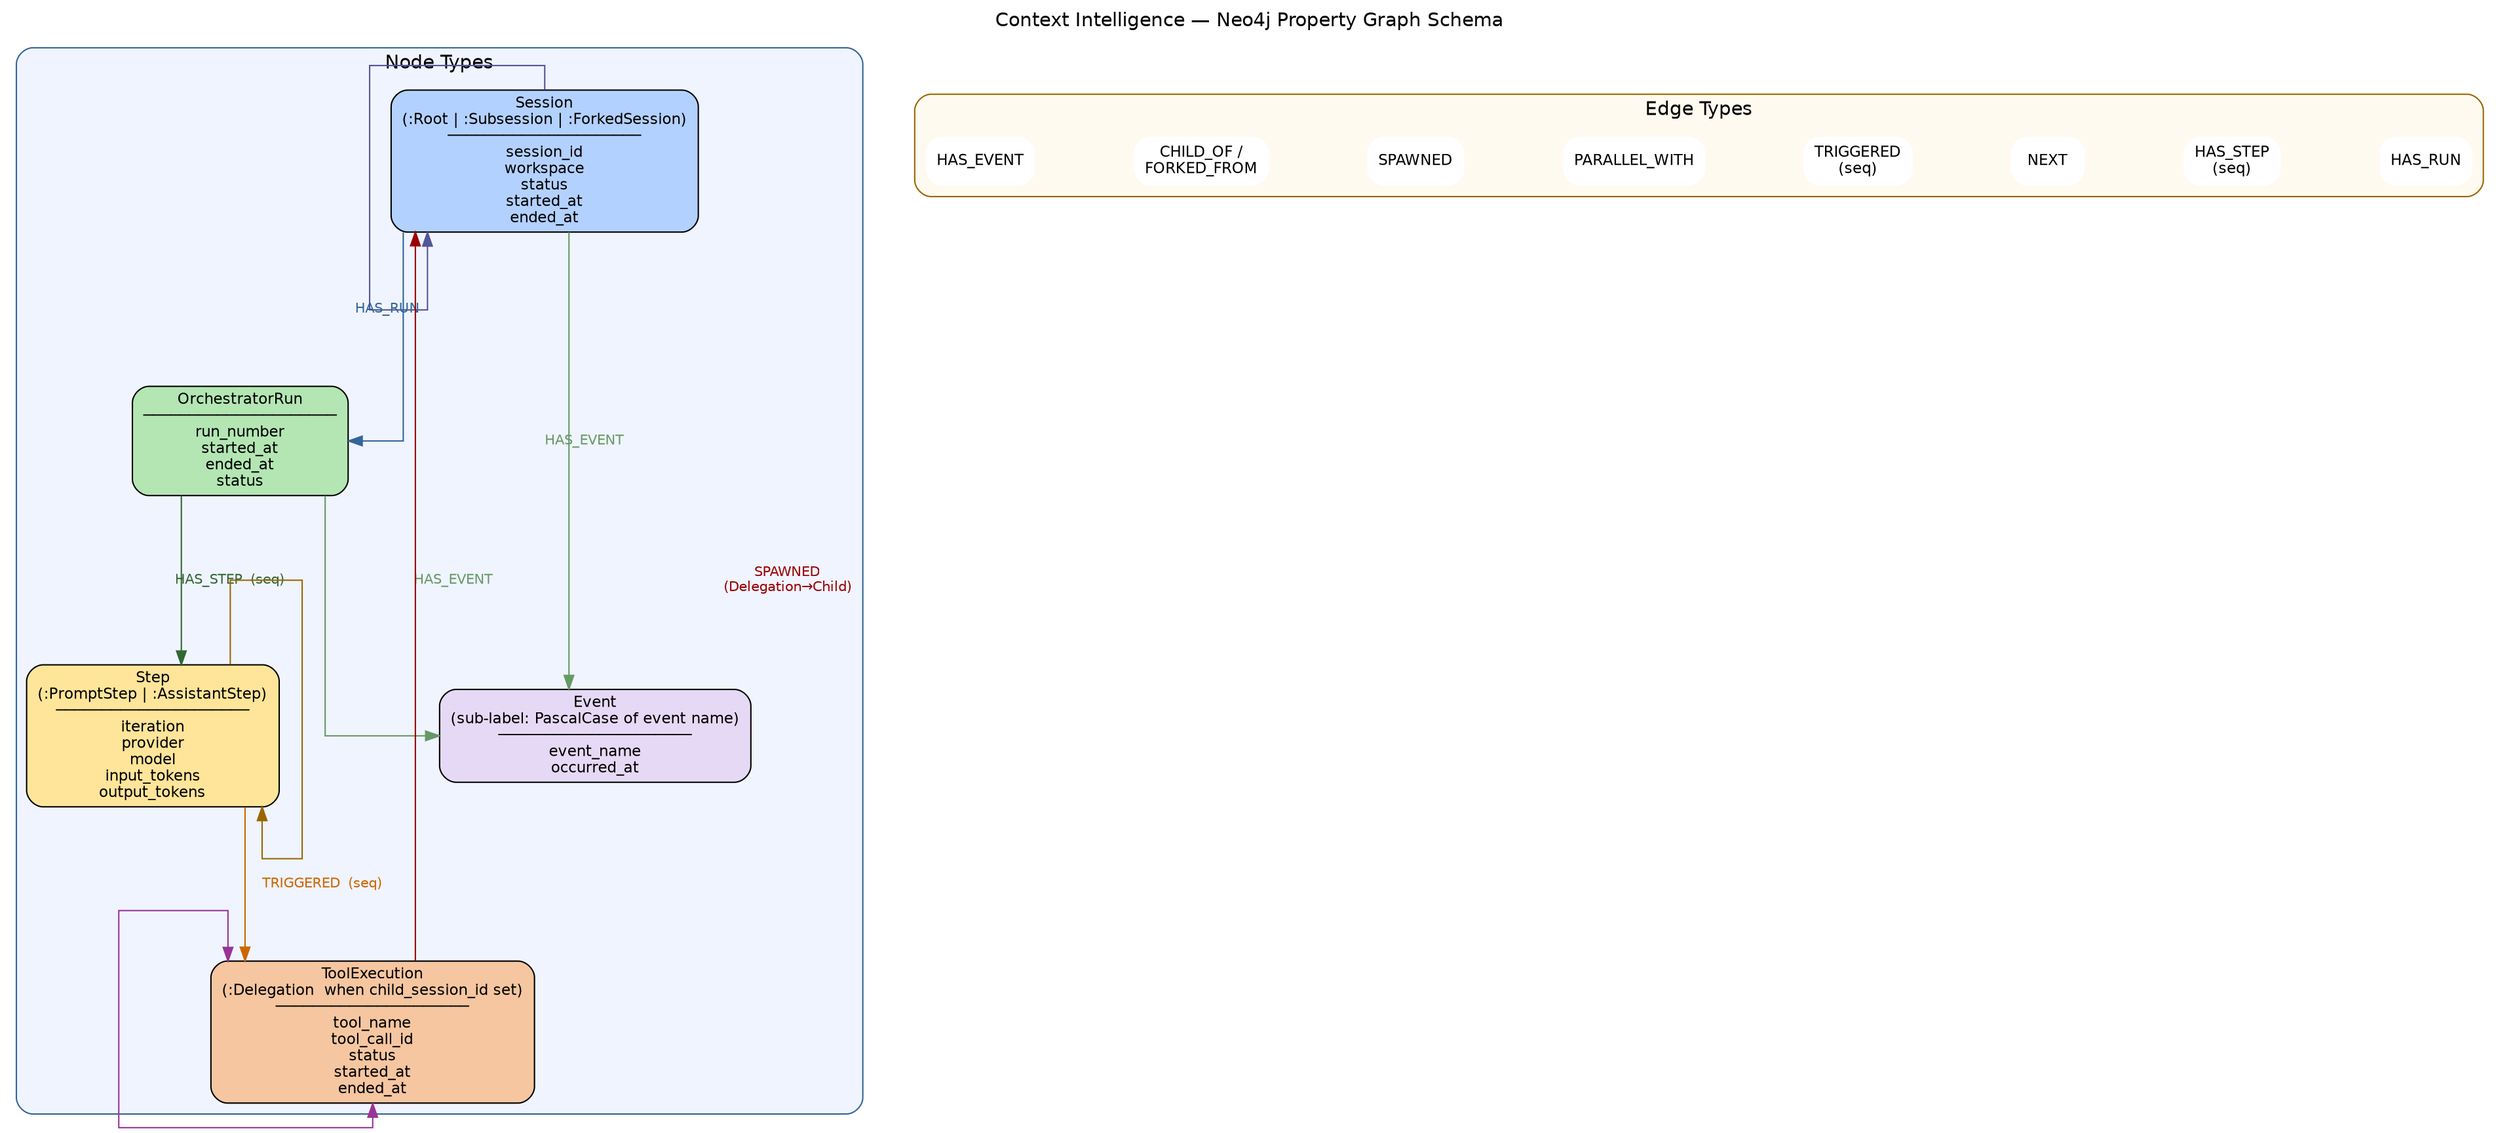
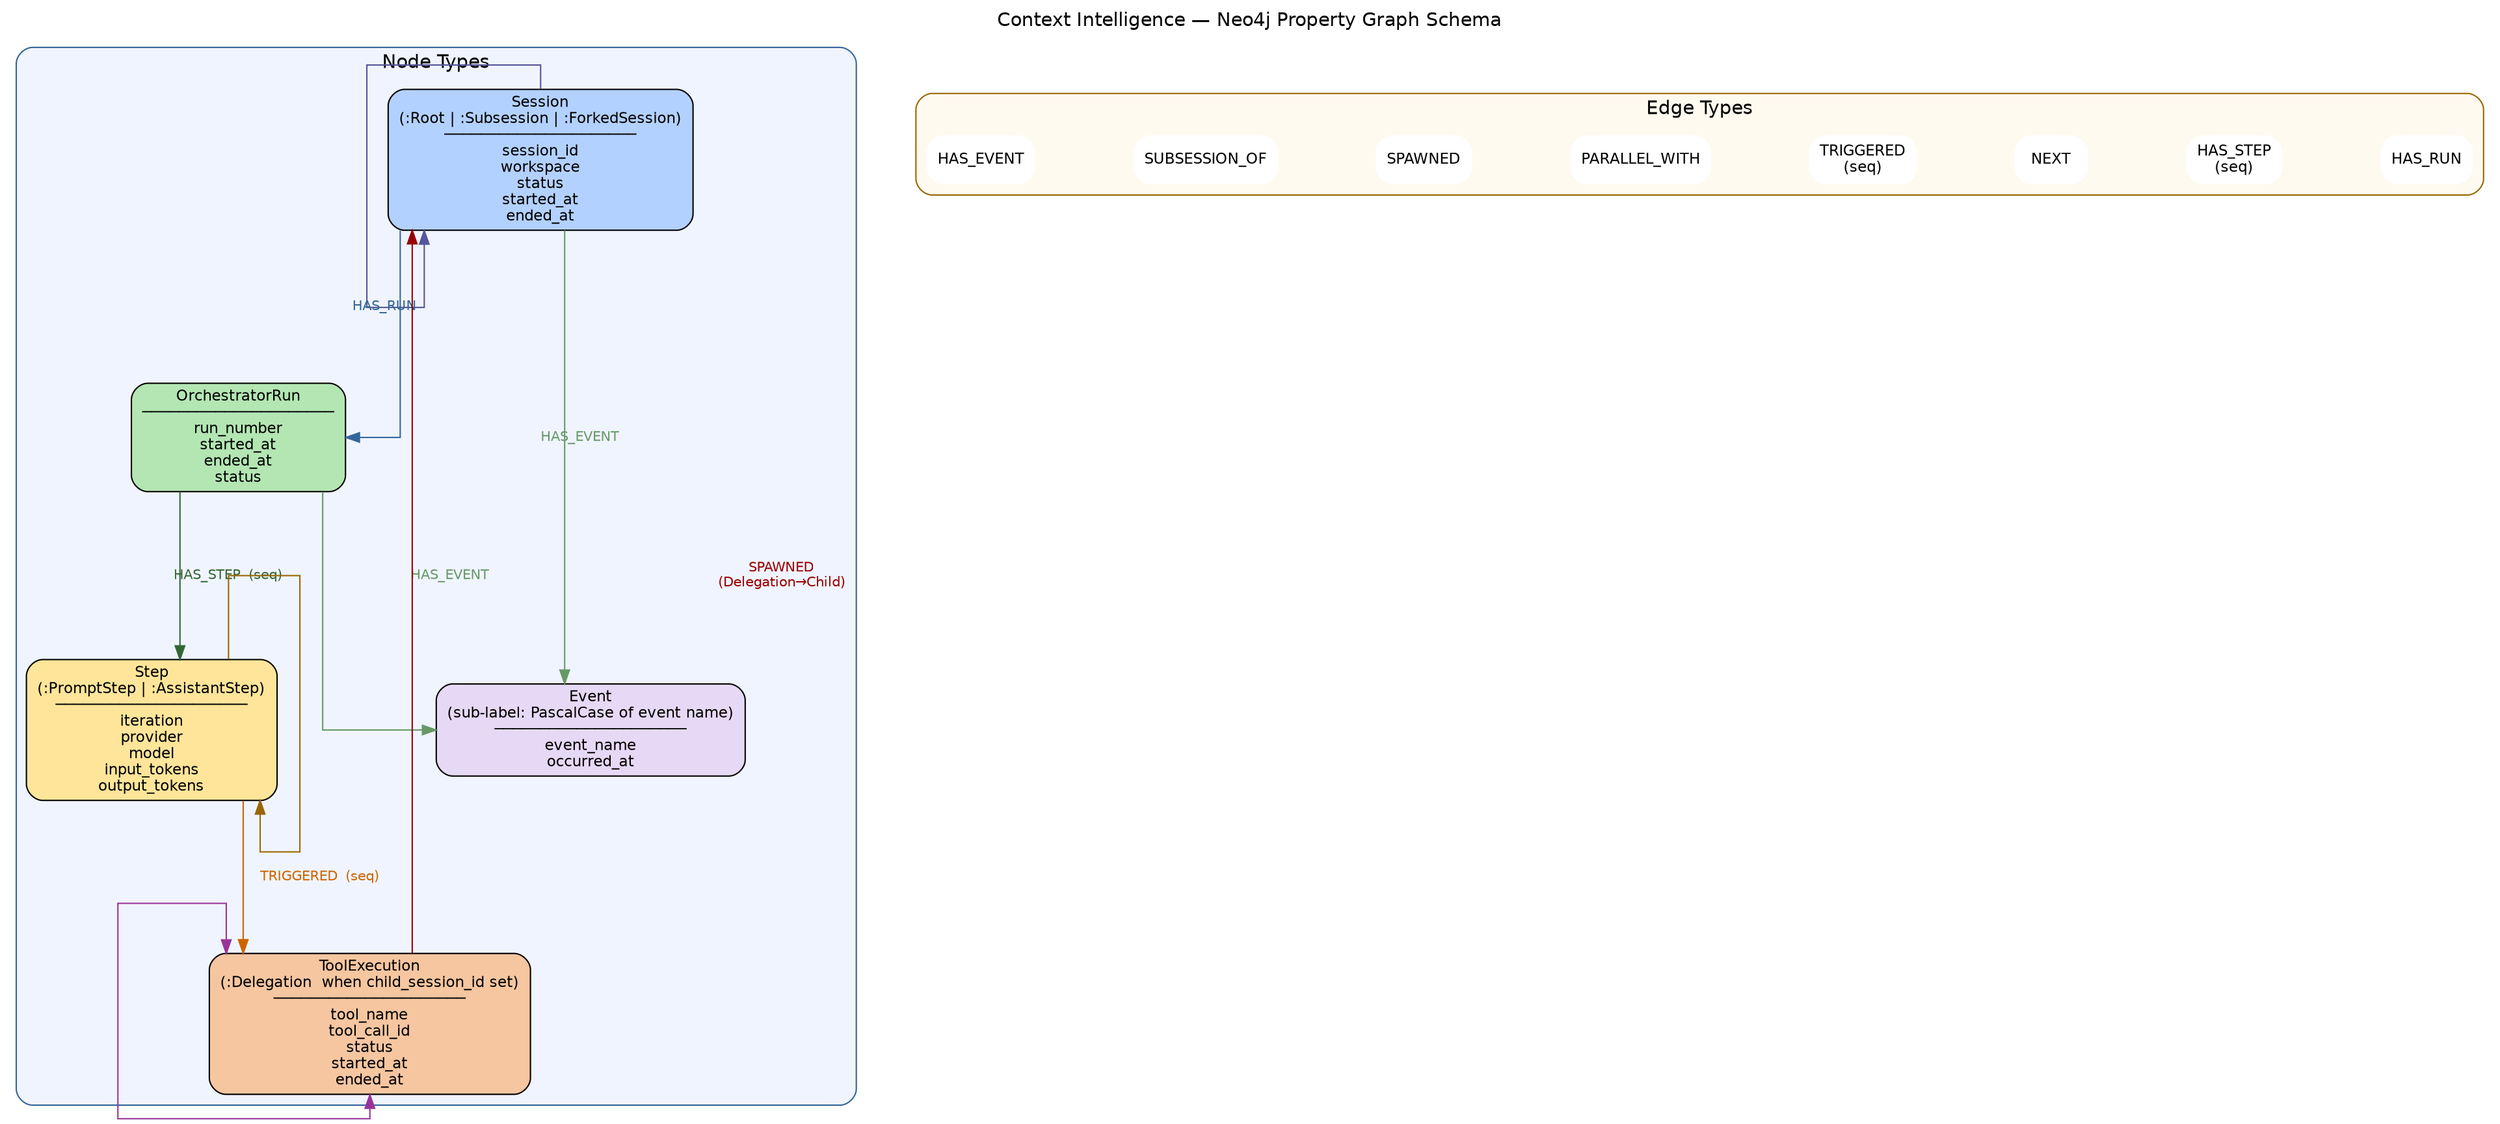
// encoding: utf-8
digraph graph_schema {
    rankdir=TB
    graph [fontname="Helvetica" fontsize=12 splines=ortho nodesep=1.0 ranksep=1.4
           label="Context Intelligence — Neo4j Property Graph Schema" labelloc=t fontsize=14]
    node  [fontname="Helvetica" fontsize=11 shape=box style="rounded,filled"]
    edge  [fontname="Helvetica" fontsize=10]

    // ── Node types ────────────────────────────────────────────────────────────

    subgraph cluster_nodes {
        label="Node Types"
        style="rounded,filled"
        fillcolor="#f0f4ff"
        color="#336699"

        Session [
            label="Session\n(:Root | :Subsession | :ForkedSession)\n─────────────────────\nsession_id\nworkspace\nstatus\nstarted_at\nended_at"
            fillcolor="#b3d1ff"
        ]

        OrchestratorRun [
            label="OrchestratorRun\n─────────────────────\nrun_number\nstarted_at\nended_at\nstatus"
            fillcolor="#b3e6b3"
        ]

        Step [
            label="Step\n(:PromptStep | :AssistantStep)\n─────────────────────\niteration\nprovider\nmodel\ninput_tokens\noutput_tokens"
            fillcolor="#ffe599"
        ]

        ToolExecution [
            label="ToolExecution\n(:Delegation  when child_session_id set)\n─────────────────────\ntool_name\ntool_call_id\nstatus\nstarted_at\nended_at"
            fillcolor="#f5c6a0"
        ]

        Event [
            label="Event\n(sub-label: PascalCase of event name)\n─────────────────────\nevent_name\noccurred_at"
            fillcolor="#e6d9f5"
        ]
    }

    // ── Edge types ────────────────────────────────────────────────────────────

    subgraph cluster_edges {
        label="Edge Types"
        style="rounded,filled"
        fillcolor="#fffaf0"
        color="#996600"

        e_has_run      [label="HAS_RUN"         shape=plaintext fillcolor="#ffffff"]
        e_has_step     [label="HAS_STEP\n(seq)" shape=plaintext fillcolor="#ffffff"]
        e_next         [label="NEXT"            shape=plaintext fillcolor="#ffffff"]
        e_triggered    [label="TRIGGERED\n(seq)" shape=plaintext fillcolor="#ffffff"]
        e_parallel     [label="PARALLEL_WITH"   shape=plaintext fillcolor="#ffffff"]
        e_spawned      [label="SPAWNED"         shape=plaintext fillcolor="#ffffff"]
-         e_child_of     [label="CHILD_OF /\nFORKED_FROM" shape=plaintext fillcolor="#ffffff"]
+         e_subsession   [label="SUBSESSION_OF" shape=plaintext fillcolor="#ffffff"]
        e_has_event    [label="HAS_EVENT"       shape=plaintext fillcolor="#ffffff"]
    }

    // ── Edges showing graph relationships ─────────────────────────────────────

    // HAS_RUN: Session → OrchestratorRun
    Session        -> OrchestratorRun  [label="HAS_RUN"          color="#336699"  fontcolor="#336699"]

    // HAS_STEP: OrchestratorRun → Step
    OrchestratorRun -> Step            [label="HAS_STEP  (seq)"  color="#336633"  fontcolor="#336633"]

    // NEXT: Step → Step (sequential ordering)
    Step           -> Step             [label="NEXT"             color="#996600"  fontcolor="#996600"]

    // TRIGGERED: Step → ToolExecution
    Step           -> ToolExecution    [label="TRIGGERED  (seq)" color="#cc6600"  fontcolor="#cc6600"]

    // PARALLEL_WITH: ToolExecution ↔ ToolExecution
    ToolExecution  -> ToolExecution    [label="PARALLEL_WITH"    color="#993399"  fontcolor="#993399" dir=both]

    // SPAWNED: ToolExecution:Delegation → Session:Child
    ToolExecution  -> Session          [label="SPAWNED\n(Delegation→Child)" color="#990000" fontcolor="#990000"]

-     // CHILD_OF / FORKED_FROM: Session → Session
-     Session        -> Session          [label="CHILD_OF /\nFORKED_FROM" color="#555599" fontcolor="#555599"]
+     // SUBSESSION_OF: Session → Session (child → parent)
+     Session        -> Session          [label="SUBSESSION_OF" color="#555599" fontcolor="#555599"]

    // HAS_EVENT: Session|OrchestratorRun → Event
    Session        -> Event            [label="HAS_EVENT"        color="#669966"  fontcolor="#669966"]
    OrchestratorRun -> Event           [label="HAS_EVENT"        color="#669966"  fontcolor="#669966"]
}
